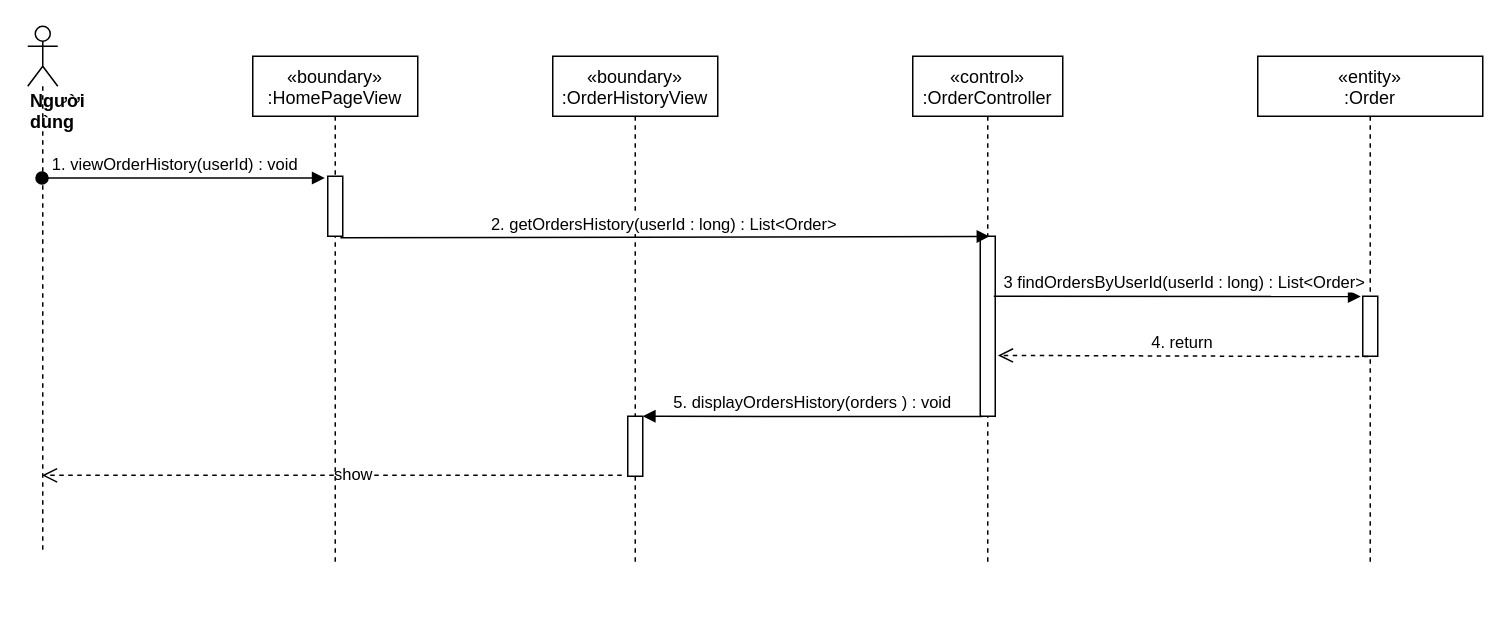
Above: sequence diagram/getOrderHistory-sequence.drawio in nguyenphamvan/datn_20202 (draw.io), before the change. Source tidied: cells renumbered, new cells numbered last; positions are measured from the earlier drawing's top-left corner, leaving out a move shared by most shapes. Both pictures are drawn from the tidied source at 150%, with x=0, y=0 at pixel (27, 26).
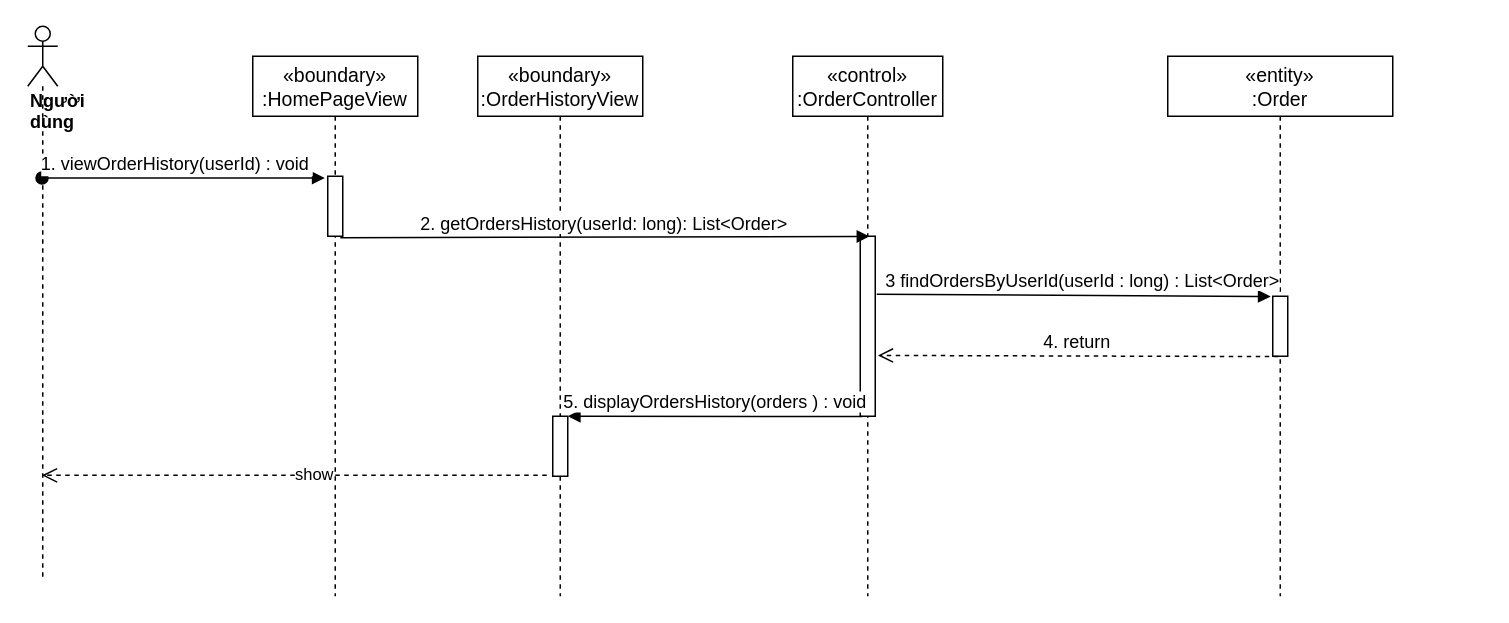
Above is the later version.

The edit, as a diff of the source:
```diff
@@
 <mxGraphModel>
   <root>
     <mxCell id="0" />
     <mxCell id="1" parent="0" />
-    <mxCell id="2" value="«boundary»&#10;:OrderHistoryView" style="shape=umlLifeline;perimeter=lifelinePerimeter;rounded=0;shadow=0;strokeWidth=1;" parent="1" vertex="1">
-      <mxGeometry x="350" y="20" width="110" height="340" as="geometry" />
+    <mxCell id="2" value="«boundary»&#10;:OrderHistoryView" style="shape=umlLifeline;perimeter=lifelinePerimeter;rounded=0;shadow=0;strokeWidth=1;fontSize=13;" parent="1" vertex="1">
+      <mxGeometry x="300" y="20" width="110" height="360" as="geometry" />
     </mxCell>
     <mxCell id="3" style="points=[];perimeter=orthogonalPerimeter;rounded=0;shadow=0;strokeWidth=1;" parent="2" vertex="1">
       <mxGeometry x="50" y="240" width="10" height="40" as="geometry" />
     </mxCell>
-    <mxCell id="4" value="«control»&#10;:OrderController" style="shape=umlLifeline;perimeter=lifelinePerimeter;rounded=0;shadow=0;strokeWidth=1;" parent="1" vertex="1">
-      <mxGeometry x="590" y="20" width="100" height="340" as="geometry" />
+    <mxCell id="4" value="«control»&#10;:OrderController" style="shape=umlLifeline;perimeter=lifelinePerimeter;rounded=0;shadow=0;strokeWidth=1;fontSize=13;" parent="1" vertex="1">
+      <mxGeometry x="510" y="20" width="100" height="360" as="geometry" />
     </mxCell>
     <mxCell id="5" style="points=[];perimeter=orthogonalPerimeter;rounded=0;shadow=0;strokeWidth=1;" parent="4" vertex="1">
       <mxGeometry x="45" y="120" width="10" height="120" as="geometry" />
     </mxCell>
     <mxCell id="6" value="&lt;div&gt;&lt;b&gt;Người dùng&lt;/b&gt;&lt;/div&gt;" style="shape=umlLifeline;participant=umlActor;perimeter=lifelinePerimeter;whiteSpace=wrap;html=1;verticalAlign=top;spacingTop=36;outlineConnect=0;align=left;size=40;" parent="1" vertex="1">
-      <mxGeometry width="20" height="350" as="geometry" />
+      <mxGeometry width="20" height="370" as="geometry" />
     </mxCell>
-    <mxCell id="7" value="1. viewOrderHistory(userId) : void" style="verticalAlign=bottom;startArrow=oval;endArrow=block;startSize=8;shadow=0;strokeWidth=1;entryX=-0.2;entryY=0.03;entryDx=0;entryDy=0;entryPerimeter=0;" parent="1" edge="1" source="6" target="16">
+    <mxCell id="7" value="1. viewOrderHistory(userId) : void" style="verticalAlign=bottom;startArrow=oval;endArrow=block;startSize=8;shadow=0;strokeWidth=1;entryX=-0.2;entryY=0.03;entryDx=0;entryDy=0;entryPerimeter=0;fontSize=12;" parent="1" edge="1" source="6" target="16">
       <mxGeometry x="-0.06" relative="1" as="geometry" />
     </mxCell>
-    <mxCell id="8" value="2. getOrdersHistory(userId : long) : List&amp;lt;Order&amp;gt;" style="html=1;verticalAlign=bottom;endArrow=block;entryX=0.617;entryY=0.001;entryDx=0;entryDy=0;entryPerimeter=0;exitX=0.84;exitY=1.025;exitDx=0;exitDy=0;exitPerimeter=0;" parent="1" edge="1" source="16" target="5">
+    <mxCell id="8" value="&lt;font style=&quot;font-size: 12px&quot;&gt;2. getOrdersHistory(userId: long): List&amp;lt;Order&amp;gt;&lt;/font&gt;" style="html=1;verticalAlign=bottom;endArrow=block;entryX=0.617;entryY=0.001;entryDx=0;entryDy=0;entryPerimeter=0;exitX=0.84;exitY=1.025;exitDx=0;exitDy=0;exitPerimeter=0;" parent="1" edge="1" source="16" target="5">
       <mxGeometry relative="1" as="geometry" />
     </mxCell>
-    <mxCell id="9" value="«entity»&#10;:Order" style="shape=umlLifeline;perimeter=lifelinePerimeter;rounded=0;shadow=0;strokeWidth=1;" parent="1" vertex="1">
-      <mxGeometry x="820" y="20" width="150" height="340" as="geometry" />
+    <mxCell id="9" value="«entity»&#10;:Order" style="shape=umlLifeline;perimeter=lifelinePerimeter;rounded=0;shadow=0;strokeWidth=1;fontSize=13;" parent="1" vertex="1">
+      <mxGeometry x="760" y="20" width="150" height="360" as="geometry" />
     </mxCell>
     <mxCell id="10" style="points=[];perimeter=orthogonalPerimeter;rounded=0;shadow=0;strokeWidth=1;" parent="9" vertex="1">
       <mxGeometry x="70" y="160" width="10" height="40" as="geometry" />
     </mxCell>
-    <mxCell id="11" value="3 findOrdersByUserId(userId : long) : List&amp;lt;Order&amp;gt;" style="html=1;verticalAlign=bottom;endArrow=block;entryX=-0.133;entryY=0.004;entryDx=0;entryDy=0;entryPerimeter=0;" parent="1" edge="1" target="10">
-      <mxGeometry x="0.04" relative="1" as="geometry">
-        <mxPoint x="644" y="180" as="sourcePoint" />
-      </mxGeometry>
+    <mxCell id="11" value="&lt;font style=&quot;font-size: 12px&quot;&gt;3 findOrdersByUserId(userId : long) : List&amp;lt;Order&amp;gt;&lt;/font&gt;" style="html=1;verticalAlign=bottom;endArrow=block;entryX=-0.133;entryY=0.004;entryDx=0;entryDy=0;entryPerimeter=0;exitX=1.1;exitY=0.322;exitDx=0;exitDy=0;exitPerimeter=0;" parent="1" edge="1" source="5" target="10">
+      <mxGeometry x="0.04" relative="1" as="geometry" />
     </mxCell>
-    <mxCell id="12" value="4. return&amp;nbsp;" style="html=1;verticalAlign=bottom;endArrow=open;dashed=1;endSize=8;exitX=0.367;exitY=1.006;exitDx=0;exitDy=0;exitPerimeter=0;entryX=1.18;entryY=0.662;entryDx=0;entryDy=0;entryPerimeter=0;" parent="1" edge="1" source="10" target="5">
+    <mxCell id="12" value="&lt;font style=&quot;font-size: 12px&quot;&gt;4. return&amp;nbsp;&lt;/font&gt;" style="html=1;verticalAlign=bottom;endArrow=open;dashed=1;endSize=8;exitX=0.367;exitY=1.006;exitDx=0;exitDy=0;exitPerimeter=0;entryX=1.18;entryY=0.662;entryDx=0;entryDy=0;entryPerimeter=0;" parent="1" edge="1" source="10" target="5">
       <mxGeometry relative="1" as="geometry" />
     </mxCell>
     <mxCell id="13" style="html=1;verticalAlign=bottom;endArrow=open;dashed=1;endSize=8;exitX=-0.4;exitY=0.985;exitDx=0;exitDy=0;exitPerimeter=0;" parent="1" edge="1" source="3" target="6">
       <mxGeometry relative="1" as="geometry" />
     </mxCell>
     <mxCell id="14" value="show" style="edgeLabel;html=1;align=center;verticalAlign=middle;" parent="13" vertex="1">
       <mxGeometry x="-0.07" y="-1" relative="1" as="geometry" />
     </mxCell>
-    <mxCell id="15" value="«boundary»&#10;:HomePageView" style="shape=umlLifeline;perimeter=lifelinePerimeter;rounded=0;shadow=0;strokeWidth=1;" parent="1" vertex="1">
-      <mxGeometry x="150" y="20" width="110" height="340" as="geometry" />
+    <mxCell id="15" value="«boundary»&#10;:HomePageView" style="shape=umlLifeline;perimeter=lifelinePerimeter;rounded=0;shadow=0;strokeWidth=1;fontSize=13;" parent="1" vertex="1">
+      <mxGeometry x="150" y="20" width="110" height="360" as="geometry" />
     </mxCell>
     <mxCell id="16" style="points=[];perimeter=orthogonalPerimeter;rounded=0;shadow=0;strokeWidth=1;" parent="15" vertex="1">
       <mxGeometry x="50" y="80" width="10" height="40" as="geometry" />
     </mxCell>
-    <mxCell id="17" value="5. displayOrdersHistory(orders ) : void" style="html=1;verticalAlign=bottom;endArrow=block;exitX=0.14;exitY=1.002;exitDx=0;exitDy=0;exitPerimeter=0;entryX=1;entryY=0;entryDx=0;entryDy=0;entryPerimeter=0;" parent="1" edge="1" source="5" target="3">
+    <mxCell id="17" value="&lt;font style=&quot;font-size: 12px&quot;&gt;5. displayOrdersHistory(orders ) : void&lt;/font&gt;" style="html=1;verticalAlign=bottom;endArrow=block;exitX=0.14;exitY=1.002;exitDx=0;exitDy=0;exitPerimeter=0;entryX=1;entryY=0;entryDx=0;entryDy=0;entryPerimeter=0;" parent="1" edge="1" source="5" target="3">
       <mxGeometry relative="1" as="geometry" />
     </mxCell>
   </root>
 </mxGraphModel>
```
